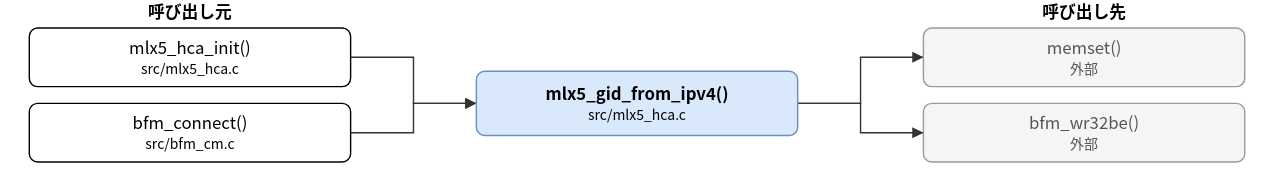
This is doc/spec/images/call_src_mlx5_hca__mlx5_gid_from_ipv4.drawio.svg from hf355051012-ai/bfmem, a draw.io export, as it was before one commit. Source tidied: cells renumbered, new cells last; positions are measured from the earlier drawing's top-left corner, leaving out a move shared by most shapes. The source it was exported from:
```xml
<mxGraphModel>
  <root>
    <mxCell id="0" />
    <mxCell id="1" parent="0" />
    <mxCell id="2" value="mlx5_gid_from_ipv4()&lt;br&gt;&lt;font style=&quot;font-size:10px&quot;&gt;src/mlx5_hca.c&lt;/font&gt;" style="rounded=1;whiteSpace=wrap;html=1;fillColor=#dae8fc;strokeColor=#6c8ebf;fontStyle=1;" parent="1" vertex="1">
      <mxGeometry x="320" y="51" width="230" height="46" as="geometry" />
    </mxCell>
    <mxCell id="3" value="mlx5_hca_init()&lt;br&gt;&lt;font style=&quot;font-size:10px&quot;&gt;src/mlx5_hca.c&lt;/font&gt;" style="rounded=1;whiteSpace=wrap;html=1;" parent="1" vertex="1">
      <mxGeometry y="20" width="230" height="42" as="geometry" />
    </mxCell>
    <mxCell id="4" value="bfm_connect()&lt;br&gt;&lt;font style=&quot;font-size:10px&quot;&gt;src/bfm_cm.c&lt;/font&gt;" style="rounded=1;whiteSpace=wrap;html=1;" parent="1" vertex="1">
      <mxGeometry y="74" width="230" height="42" as="geometry" />
    </mxCell>
    <mxCell id="5" value="memset()&lt;br&gt;&lt;font style=&quot;font-size:10px&quot;&gt;外部&lt;/font&gt;" style="rounded=1;whiteSpace=wrap;html=1;fillColor=#f5f5f5;strokeColor=#999999;fontColor=#555555;" parent="1" vertex="1">
      <mxGeometry x="640" y="20" width="230" height="42" as="geometry" />
    </mxCell>
    <mxCell id="6" value="bfm_wr32be()&lt;br&gt;&lt;font style=&quot;font-size:10px&quot;&gt;外部&lt;/font&gt;" style="rounded=1;whiteSpace=wrap;html=1;fillColor=#f5f5f5;strokeColor=#999999;fontColor=#555555;" parent="1" vertex="1">
      <mxGeometry x="640" y="74" width="230" height="42" as="geometry" />
    </mxCell>
    <mxCell id="7" style="edgeStyle=none;html=1;rounded=0;endArrow=block;endFill=1;exitX=1.0000;exitY=0.5000;exitDx=0;exitDy=0;exitPerimeter=0;entryX=0.0000;entryY=0.5000;entryDx=0;entryDy=0;entryPerimeter=0;" parent="1" edge="1" source="3" target="2">
      <mxGeometry relative="1" as="geometry">
        <Array as="points">
          <mxPoint x="275" y="41" />
          <mxPoint x="275" y="74" />
        </Array>
      </mxGeometry>
    </mxCell>
    <mxCell id="8" style="edgeStyle=none;html=1;rounded=0;endArrow=block;endFill=1;exitX=1.0000;exitY=0.5000;exitDx=0;exitDy=0;exitPerimeter=0;entryX=0.0000;entryY=0.5000;entryDx=0;entryDy=0;entryPerimeter=0;" parent="1" edge="1" source="4" target="2">
      <mxGeometry relative="1" as="geometry">
        <Array as="points">
          <mxPoint x="275" y="95" />
          <mxPoint x="275" y="74" />
        </Array>
      </mxGeometry>
    </mxCell>
    <mxCell id="9" style="edgeStyle=none;html=1;rounded=0;endArrow=block;endFill=1;exitX=1.0000;exitY=0.5000;exitDx=0;exitDy=0;exitPerimeter=0;entryX=0.0000;entryY=0.5000;entryDx=0;entryDy=0;entryPerimeter=0;" parent="1" edge="1" source="2" target="5">
      <mxGeometry relative="1" as="geometry">
        <Array as="points">
          <mxPoint x="595" y="74" />
          <mxPoint x="595" y="41" />
        </Array>
      </mxGeometry>
    </mxCell>
    <mxCell id="10" style="edgeStyle=none;html=1;rounded=0;endArrow=block;endFill=1;exitX=1.0000;exitY=0.5000;exitDx=0;exitDy=0;exitPerimeter=0;entryX=0.0000;entryY=0.5000;entryDx=0;entryDy=0;entryPerimeter=0;" parent="1" edge="1" source="2" target="6">
      <mxGeometry relative="1" as="geometry">
        <Array as="points">
          <mxPoint x="595" y="74" />
          <mxPoint x="595" y="95" />
        </Array>
      </mxGeometry>
    </mxCell>
    <mxCell id="11" value="呼び出し元" style="text;html=1;align=center;fontStyle=1;" parent="1" vertex="1">
      <mxGeometry x="35" width="160" height="18" as="geometry" />
    </mxCell>
    <mxCell id="12" value="呼び出し先" style="text;html=1;align=center;fontStyle=1;" parent="1" vertex="1">
      <mxGeometry x="675" width="160" height="18" as="geometry" />
    </mxCell>
  </root>
</mxGraphModel>
```
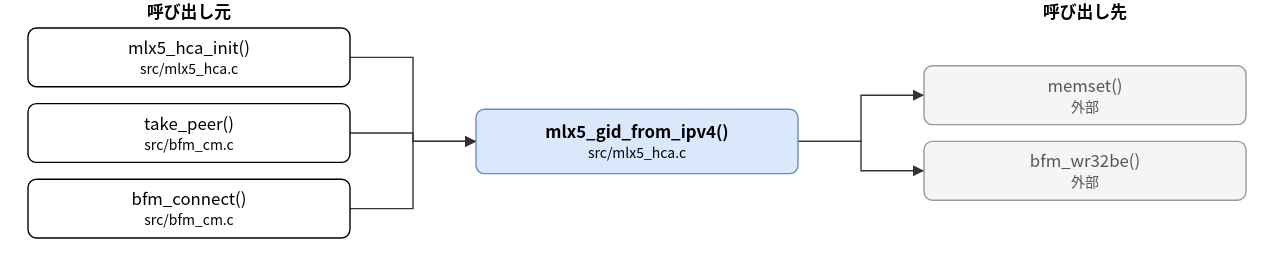
The same diagram one commit later.

Change to the diagram source:
```diff
@@ -3,25 +3,28 @@
     <mxCell id="0" />
     <mxCell id="1" parent="0" />
     <mxCell id="2" value="mlx5_gid_from_ipv4()&lt;br&gt;&lt;font style=&quot;font-size:10px&quot;&gt;src/mlx5_hca.c&lt;/font&gt;" style="rounded=1;whiteSpace=wrap;html=1;fillColor=#dae8fc;strokeColor=#6c8ebf;fontStyle=1;" parent="1" vertex="1">
-      <mxGeometry x="320" y="51" width="230" height="46" as="geometry" />
+      <mxGeometry x="320" y="78" width="230" height="46" as="geometry" />
     </mxCell>
     <mxCell id="3" value="mlx5_hca_init()&lt;br&gt;&lt;font style=&quot;font-size:10px&quot;&gt;src/mlx5_hca.c&lt;/font&gt;" style="rounded=1;whiteSpace=wrap;html=1;" parent="1" vertex="1">
       <mxGeometry y="20" width="230" height="42" as="geometry" />
     </mxCell>
-    <mxCell id="4" value="bfm_connect()&lt;br&gt;&lt;font style=&quot;font-size:10px&quot;&gt;src/bfm_cm.c&lt;/font&gt;" style="rounded=1;whiteSpace=wrap;html=1;" parent="1" vertex="1">
+    <mxCell id="4" value="take_peer()&lt;br&gt;&lt;font style=&quot;font-size:10px&quot;&gt;src/bfm_cm.c&lt;/font&gt;" style="rounded=1;whiteSpace=wrap;html=1;" parent="1" vertex="1">
       <mxGeometry y="74" width="230" height="42" as="geometry" />
     </mxCell>
+    <mxCell id="13" value="bfm_connect()&lt;br&gt;&lt;font style=&quot;font-size:10px&quot;&gt;src/bfm_cm.c&lt;/font&gt;" style="rounded=1;whiteSpace=wrap;html=1;" parent="1" vertex="1">
+      <mxGeometry y="128" width="230" height="42" as="geometry" />
+    </mxCell>
     <mxCell id="5" value="memset()&lt;br&gt;&lt;font style=&quot;font-size:10px&quot;&gt;外部&lt;/font&gt;" style="rounded=1;whiteSpace=wrap;html=1;fillColor=#f5f5f5;strokeColor=#999999;fontColor=#555555;" parent="1" vertex="1">
-      <mxGeometry x="640" y="20" width="230" height="42" as="geometry" />
+      <mxGeometry x="640" y="47" width="230" height="42" as="geometry" />
     </mxCell>
     <mxCell id="6" value="bfm_wr32be()&lt;br&gt;&lt;font style=&quot;font-size:10px&quot;&gt;外部&lt;/font&gt;" style="rounded=1;whiteSpace=wrap;html=1;fillColor=#f5f5f5;strokeColor=#999999;fontColor=#555555;" parent="1" vertex="1">
-      <mxGeometry x="640" y="74" width="230" height="42" as="geometry" />
+      <mxGeometry x="640" y="101" width="230" height="42" as="geometry" />
     </mxCell>
     <mxCell id="7" style="edgeStyle=none;html=1;rounded=0;endArrow=block;endFill=1;exitX=1.0000;exitY=0.5000;exitDx=0;exitDy=0;exitPerimeter=0;entryX=0.0000;entryY=0.5000;entryDx=0;entryDy=0;entryPerimeter=0;" parent="1" edge="1" source="3" target="2">
       <mxGeometry relative="1" as="geometry">
         <Array as="points">
           <mxPoint x="275" y="41" />
-          <mxPoint x="275" y="74" />
+          <mxPoint x="275" y="101" />
         </Array>
       </mxGeometry>
     </mxCell>
@@ -29,26 +32,34 @@
       <mxGeometry relative="1" as="geometry">
         <Array as="points">
           <mxPoint x="275" y="95" />
-          <mxPoint x="275" y="74" />
+          <mxPoint x="275" y="101" />
         </Array>
       </mxGeometry>
     </mxCell>
-    <mxCell id="9" style="edgeStyle=none;html=1;rounded=0;endArrow=block;endFill=1;exitX=1.0000;exitY=0.5000;exitDx=0;exitDy=0;exitPerimeter=0;entryX=0.0000;entryY=0.5000;entryDx=0;entryDy=0;entryPerimeter=0;" parent="1" edge="1" source="2" target="5">
+    <mxCell id="9" style="edgeStyle=none;html=1;rounded=0;endArrow=block;endFill=1;exitX=1.0000;exitY=0.5000;exitDx=0;exitDy=0;exitPerimeter=0;entryX=0.0000;entryY=0.5000;entryDx=0;entryDy=0;entryPerimeter=0;" parent="1" edge="1" source="13" target="2">
       <mxGeometry relative="1" as="geometry">
         <Array as="points">
-          <mxPoint x="595" y="74" />
-          <mxPoint x="595" y="41" />
+          <mxPoint x="275" y="149" />
+          <mxPoint x="275" y="101" />
         </Array>
       </mxGeometry>
     </mxCell>
-    <mxCell id="10" style="edgeStyle=none;html=1;rounded=0;endArrow=block;endFill=1;exitX=1.0000;exitY=0.5000;exitDx=0;exitDy=0;exitPerimeter=0;entryX=0.0000;entryY=0.5000;entryDx=0;entryDy=0;entryPerimeter=0;" parent="1" edge="1" source="2" target="6">
+    <mxCell id="10" style="edgeStyle=none;html=1;rounded=0;endArrow=block;endFill=1;exitX=1.0000;exitY=0.5000;exitDx=0;exitDy=0;exitPerimeter=0;entryX=0.0000;entryY=0.5000;entryDx=0;entryDy=0;entryPerimeter=0;" parent="1" edge="1" source="2" target="5">
       <mxGeometry relative="1" as="geometry">
         <Array as="points">
-          <mxPoint x="595" y="74" />
-          <mxPoint x="595" y="95" />
+          <mxPoint x="595" y="101" />
+          <mxPoint x="595" y="68" />
         </Array>
       </mxGeometry>
     </mxCell>
+    <mxCell id="14" style="edgeStyle=none;html=1;rounded=0;endArrow=block;endFill=1;exitX=1.0000;exitY=0.5000;exitDx=0;exitDy=0;exitPerimeter=0;entryX=0.0000;entryY=0.5000;entryDx=0;entryDy=0;entryPerimeter=0;" parent="1" edge="1" source="2" target="6">
+      <mxGeometry relative="1" as="geometry">
+        <Array as="points">
+          <mxPoint x="595" y="101" />
+          <mxPoint x="595" y="122" />
+        </Array>
+      </mxGeometry>
+    </mxCell>
     <mxCell id="11" value="呼び出し元" style="text;html=1;align=center;fontStyle=1;" parent="1" vertex="1">
       <mxGeometry x="35" width="160" height="18" as="geometry" />
     </mxCell>
```
